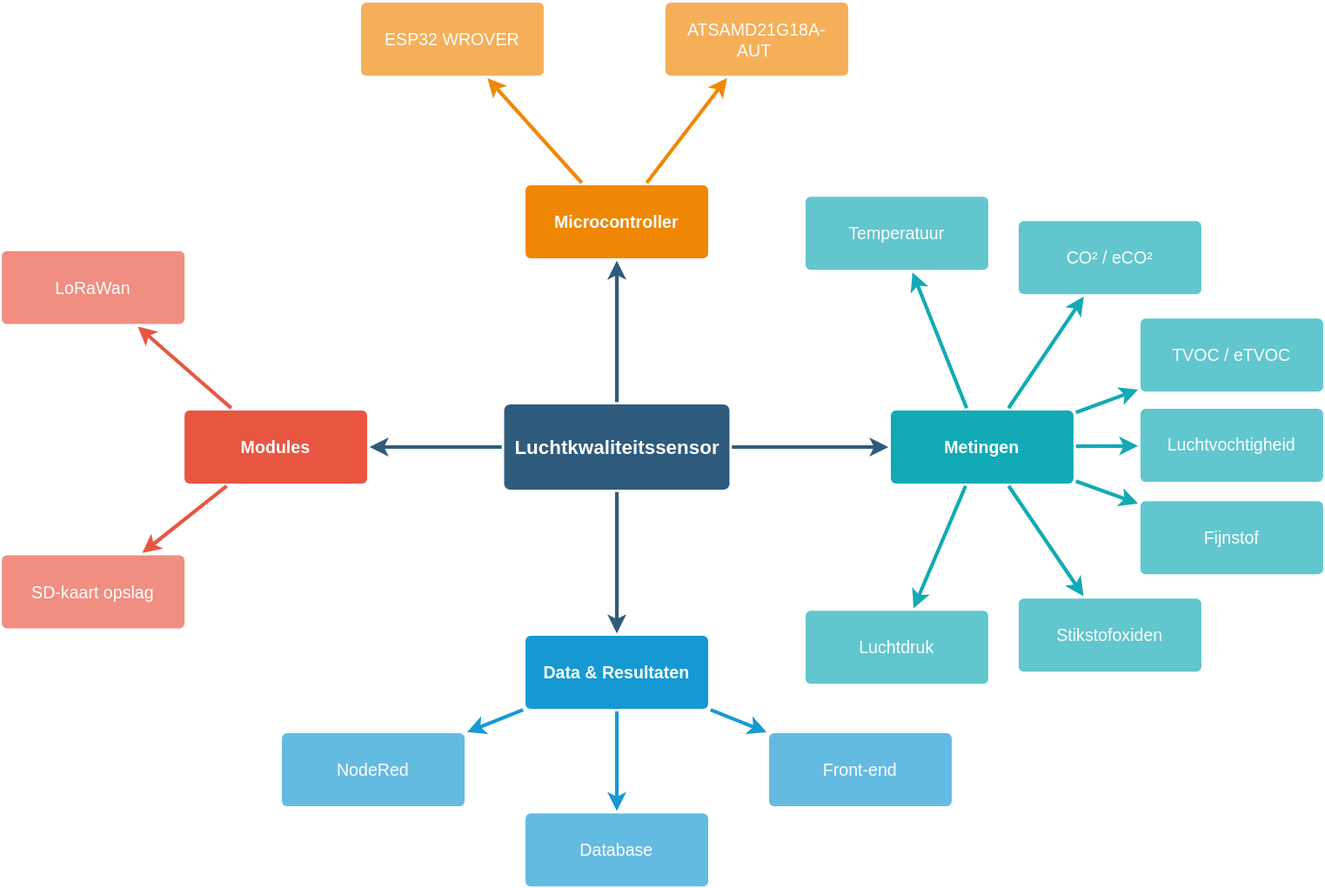
Before: assets/Mindmap.drawio.svg, a diagram exported from draw.io (747oli/Luchtkwaliteitssensor_analyse). Source tidied: cells renumbered, new cells last; positions are measured from the earlier drawing's top-left corner, leaving out a move shared by most shapes.
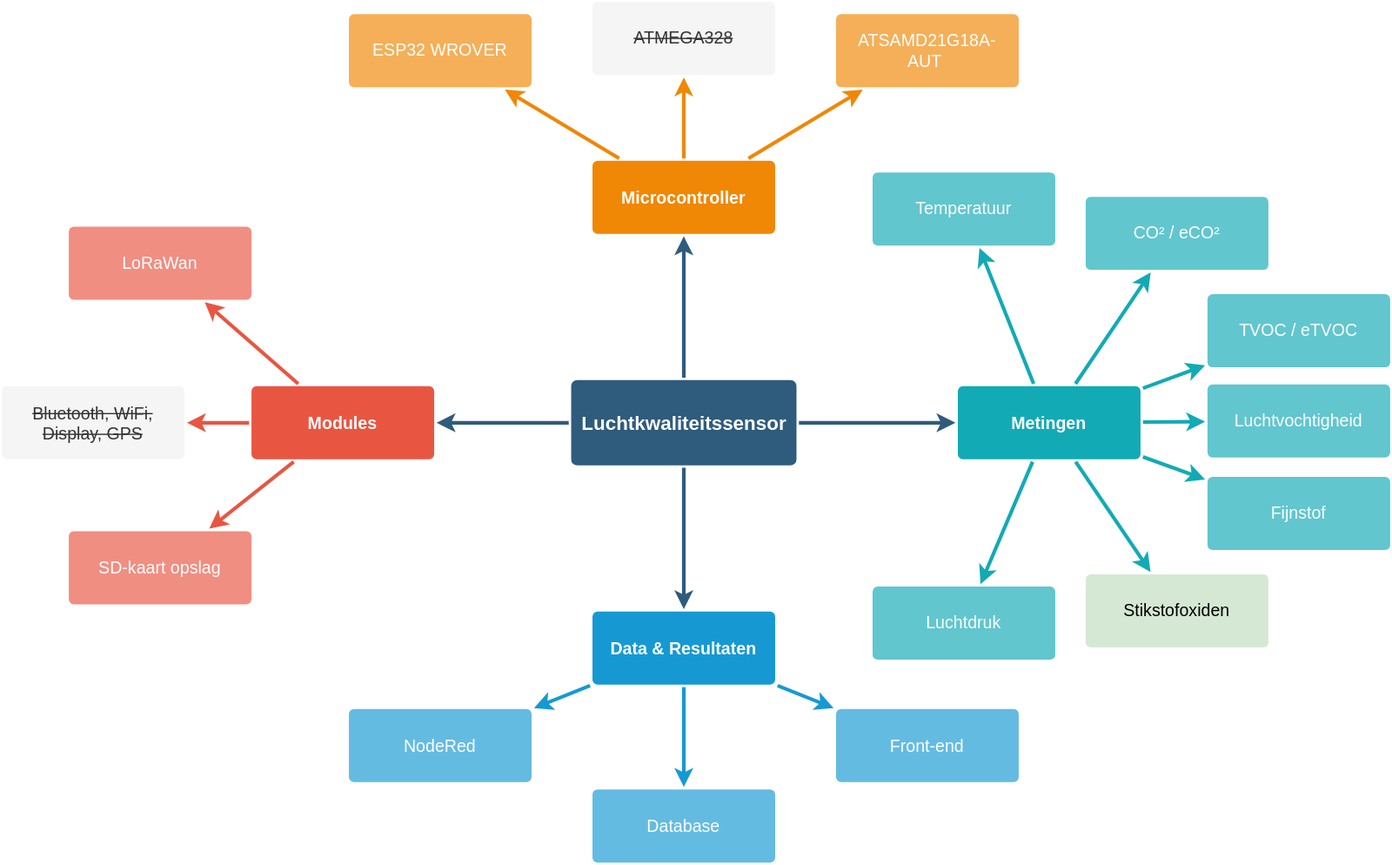
The same file after the commit.

Commit message:
Update Mindmap, toegevoegde en weggehaalde onderdelen verduidelijkt // Update Situatie To-Be

What changed in the source:
```diff
@@ -57,13 +57,13 @@
       <mxGeometry x="430" y="150.5" width="150" height="60" as="geometry" />
     </mxCell>
     <mxCell id="20" value="ATSAMD21G18A-AUT&amp;nbsp;" style="rounded=1;whiteSpace=wrap;html=1;shadow=0;labelBackgroundColor=none;strokeColor=none;strokeWidth=3;fillColor=#f5af58;fontFamily=Helvetica;fontSize=14;fontColor=#FFFFFF;align=center;spacing=5;arcSize=7;perimeterSpacing=2;" parent="1" vertex="1">
-      <mxGeometry x="545" y="0.5" width="150" height="60" as="geometry" />
+      <mxGeometry x="630" y="30" width="150" height="60" as="geometry" />
     </mxCell>
     <mxCell id="21" style="edgeStyle=none;rounded=0;jumpStyle=none;html=1;shadow=0;labelBackgroundColor=none;startArrow=none;startFill=0;endArrow=classic;endFill=1;jettySize=auto;strokeColor=#F08705;strokeWidth=3;fontFamily=Helvetica;fontSize=14;fontColor=#FFFFFF;spacing=5;" parent="1" edge="1" source="19" target="20">
       <mxGeometry relative="1" as="geometry" />
     </mxCell>
     <mxCell id="22" value="ESP32 WROVER" style="rounded=1;whiteSpace=wrap;html=1;shadow=0;labelBackgroundColor=none;strokeColor=none;strokeWidth=3;fillColor=#f5af58;fontFamily=Helvetica;fontSize=14;fontColor=#FFFFFF;align=center;spacing=5;arcSize=7;perimeterSpacing=2;" parent="1" vertex="1">
-      <mxGeometry x="295" y="0.5" width="150" height="60" as="geometry" />
+      <mxGeometry x="230" y="30" width="150" height="60" as="geometry" />
     </mxCell>
     <mxCell id="23" style="edgeStyle=none;rounded=0;jumpStyle=none;html=1;shadow=0;labelBackgroundColor=none;startArrow=none;startFill=0;endArrow=classic;endFill=1;jettySize=auto;strokeColor=#F08705;strokeWidth=3;fontFamily=Helvetica;fontSize=14;fontColor=#FFFFFF;spacing=5;" parent="1" edge="1" source="19" target="22">
       <mxGeometry relative="1" as="geometry" />
@@ -95,7 +95,7 @@
     <mxCell id="32" style="edgeStyle=none;rounded=1;jumpStyle=none;html=1;shadow=0;labelBackgroundColor=none;startArrow=none;startFill=0;jettySize=auto;strokeColor=#12AAB5;strokeWidth=3;fontFamily=Helvetica;fontSize=14;fontColor=#FFFFFF;spacing=5;fontStyle=1;fillColor=#b0e3e6;" parent="1" edge="1" source="24" target="31">
       <mxGeometry relative="1" as="geometry" />
     </mxCell>
-    <mxCell id="33" value="Stikstofoxiden" style="rounded=1;whiteSpace=wrap;html=1;shadow=0;labelBackgroundColor=none;strokeColor=none;strokeWidth=3;fillColor=#61c6ce;fontFamily=Helvetica;fontSize=14;fontColor=#FFFFFF;align=center;spacing=5;fontStyle=0;arcSize=7;perimeterSpacing=2;" parent="1" vertex="1">
+    <mxCell id="33" value="Stikstofoxiden" style="rounded=1;whiteSpace=wrap;html=1;shadow=0;labelBackgroundColor=none;strokeColor=none;strokeWidth=3;fillColor=#d5e8d4;fontFamily=Helvetica;fontSize=14;align=center;spacing=5;fontStyle=0;arcSize=7;perimeterSpacing=2;" parent="1" vertex="1">
       <mxGeometry x="835" y="490" width="150" height="60" as="geometry" />
     </mxCell>
     <mxCell id="34" style="edgeStyle=none;rounded=1;jumpStyle=none;html=1;shadow=0;labelBackgroundColor=none;startArrow=none;startFill=0;jettySize=auto;strokeColor=#12AAB5;strokeWidth=3;fontFamily=Helvetica;fontSize=14;fontColor=#FFFFFF;spacing=5;fontStyle=1;fillColor=#b0e3e6;" parent="1" edge="1" source="24" target="33">
@@ -113,5 +113,17 @@
     <mxCell id="38" style="edgeStyle=none;rounded=1;jumpStyle=none;html=1;shadow=0;labelBackgroundColor=none;startArrow=none;startFill=0;jettySize=auto;strokeColor=#12AAB5;strokeWidth=3;fontFamily=Helvetica;fontSize=14;fontColor=#FFFFFF;spacing=5;fontStyle=1;fillColor=#b0e3e6;" parent="1" edge="1" source="24" target="37">
       <mxGeometry relative="1" as="geometry" />
     </mxCell>
+    <mxCell id="39" value="&lt;strike&gt;ATMEGA328&lt;/strike&gt;" style="rounded=1;whiteSpace=wrap;html=1;shadow=0;labelBackgroundColor=none;strokeWidth=3;fontFamily=Helvetica;fontSize=14;align=center;spacing=5;arcSize=7;perimeterSpacing=2;strokeColor=none;fillColor=#f5f5f5;fontColor=#333333;" parent="1" vertex="1">
+      <mxGeometry x="430" y="20" width="150" height="60" as="geometry" />
+    </mxCell>
+    <mxCell id="40" style="edgeStyle=none;rounded=0;jumpStyle=none;html=1;shadow=0;labelBackgroundColor=none;startArrow=none;startFill=0;endArrow=classic;endFill=1;jettySize=auto;strokeColor=#F08705;strokeWidth=3;fontFamily=Helvetica;fontSize=14;fontColor=#FFFFFF;spacing=5;" parent="1" edge="1" source="19" target="39">
+      <mxGeometry relative="1" as="geometry" />
+    </mxCell>
+    <mxCell id="41" style="edgeStyle=none;rounded=1;jumpStyle=none;html=1;shadow=0;labelBackgroundColor=none;startArrow=none;startFill=0;jettySize=auto;strokeColor=#E85642;strokeWidth=3;fontFamily=Helvetica;fontSize=14;fontColor=#FFFFFF;spacing=5;fontStyle=1;fillColor=#b0e3e6;" parent="1" edge="1" source="9" target="42">
+      <mxGeometry relative="1" as="geometry" />
+    </mxCell>
+    <mxCell id="42" value="&lt;strike&gt;Bluetooth, WiFi, Display, GPS&lt;/strike&gt;" style="rounded=1;whiteSpace=wrap;html=1;shadow=0;labelBackgroundColor=none;strokeColor=none;strokeWidth=3;fillColor=#f5f5f5;fontFamily=Helvetica;fontSize=14;fontColor=#333333;align=center;spacing=5;fontStyle=0;arcSize=7;perimeterSpacing=2;" parent="1" vertex="1">
+      <mxGeometry x="-55" y="335.5" width="150" height="60" as="geometry" />
+    </mxCell>
   </root>
 </mxGraphModel>
```
